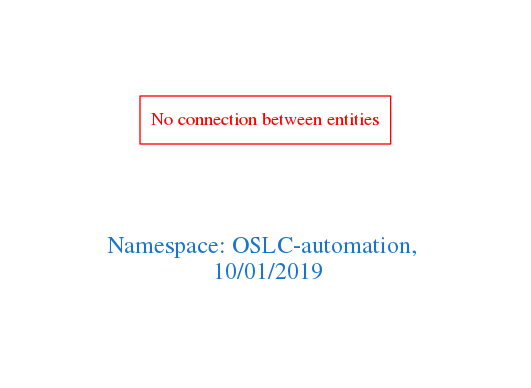
Before: downloads/OSLC-automation.png, a diagram exported from Graphviz (arago/OGIT). Its source is kept beside it as downloads/OSLC-automation.dot.
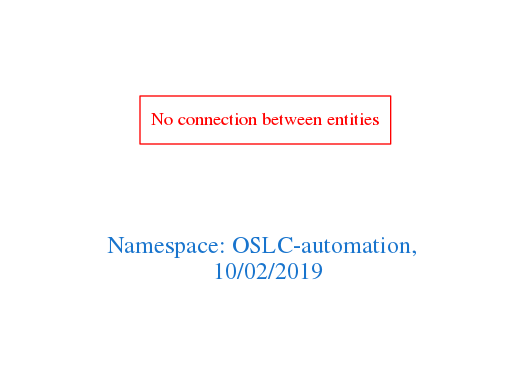
After the change.

Diff of the diagram source:
```diff
@@ -1,7 +1,7 @@
 digraph OGIT_ontology {
  graph [ rankdir= LR,pad=1
 fontsize = 18,
-fontcolor= dodgerblue3,label = "\n\n\nNamespace: OSLC-automation, \n 10/01/2019"];
+fontcolor= dodgerblue3,label = "\n\n\nNamespace: OSLC-automation, \n 10/02/2019"];
 node[shape=polygon];
 edge [  color="gray81"];
 
```
